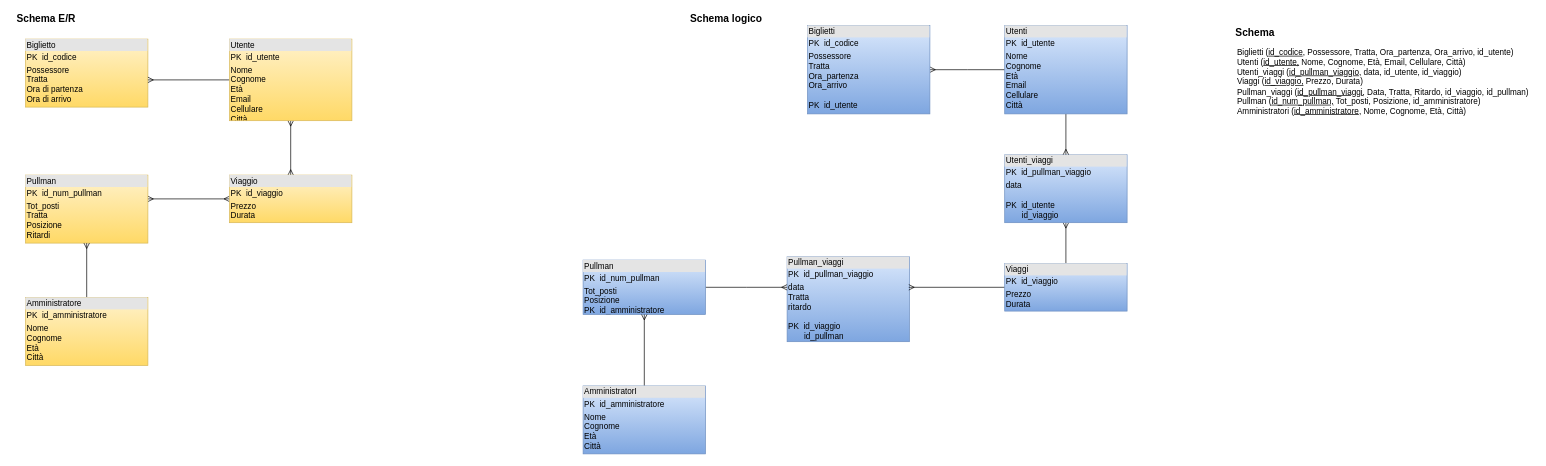
Earlier version of the draw.io diagram ER-Logico.drawio (AuroraStefanin03/Azienda-Pullman-Europei). Source tidied: cells renumbered, new cells numbered last; positions are measured from the earlier drawing's top-left corner, leaving out a move shared by most shapes. Both pictures are drawn from the tidied source at 68%, with x=0, y=0 at pixel (12, 12).
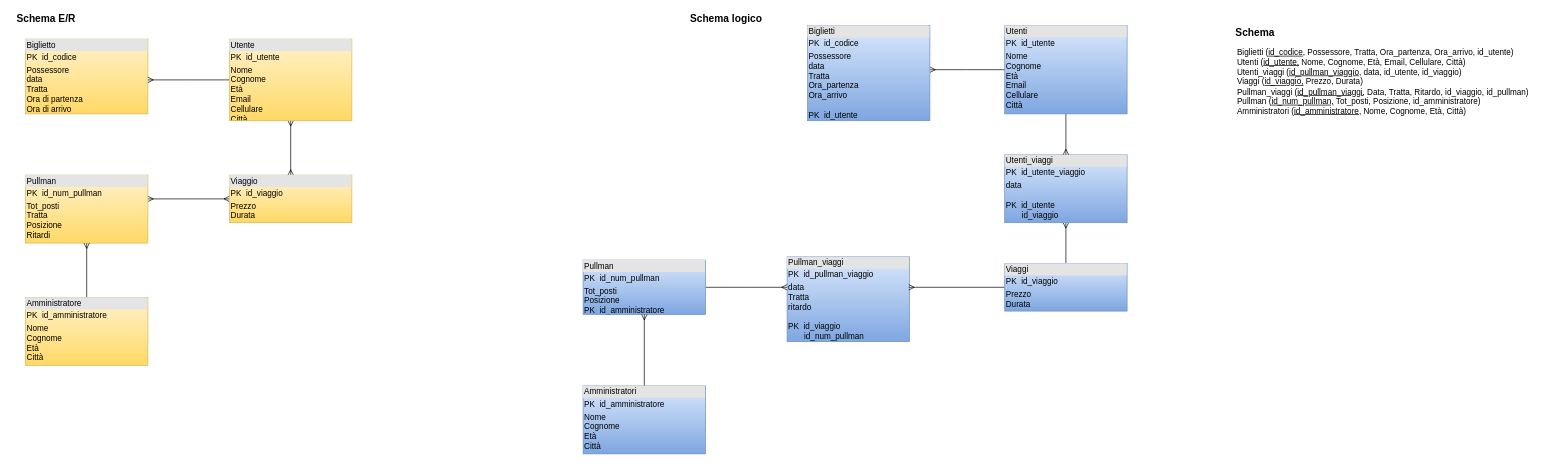
Above is the later version.

Change to the diagram source:
```diff
@@
-    <mxCell id="3" value="&lt;div style=&quot;box-sizing: border-box ; width: 100% ; background: #e4e4e4 ; padding: 2px&quot;&gt;Biglietto&lt;/div&gt;&lt;table style=&quot;width: 100% ; font-size: 1em&quot; cellpadding=&quot;2&quot; cellspacing=&quot;0&quot;&gt;&lt;tbody&gt;&lt;tr&gt;&lt;td&gt;PK&amp;nbsp; id_codice&lt;/td&gt;&lt;td&gt;&lt;/td&gt;&lt;/tr&gt;&lt;tr&gt;&lt;td&gt;Possessore&lt;br&gt;Tratta&lt;br&gt;Ora di partenza&lt;br&gt;Ora di arrivo&lt;/td&gt;&lt;td&gt;&lt;/td&gt;&lt;/tr&gt;&lt;/tbody&gt;&lt;/table&gt;" style="verticalAlign=top;align=left;overflow=fill;html=1;strokeColor=#d6b656;fillColor=#fff2cc;gradientColor=#ffd966;" parent="1" vertex="1">
-      <mxGeometry x="20" y="40" width="180" height="100" as="geometry" />
+    <mxCell id="3" value="&lt;div style=&quot;box-sizing: border-box ; width: 100% ; background: #e4e4e4 ; padding: 2px&quot;&gt;Biglietto&lt;/div&gt;&lt;table style=&quot;width: 100% ; font-size: 1em&quot; cellpadding=&quot;2&quot; cellspacing=&quot;0&quot;&gt;&lt;tbody&gt;&lt;tr&gt;&lt;td&gt;PK&amp;nbsp; id_codice&lt;/td&gt;&lt;td&gt;&lt;/td&gt;&lt;/tr&gt;&lt;tr&gt;&lt;td&gt;Possessore&lt;br&gt;data&lt;br&gt;Tratta&lt;br&gt;Ora di partenza&lt;br&gt;Ora di arrivo&lt;br&gt;&lt;/td&gt;&lt;td&gt;&lt;/td&gt;&lt;/tr&gt;&lt;/tbody&gt;&lt;/table&gt;" style="verticalAlign=top;align=left;overflow=fill;html=1;strokeColor=#d6b656;fillColor=#fff2cc;gradientColor=#ffd966;" parent="1" vertex="1">
+      <mxGeometry x="20" y="40" width="180" height="110" as="geometry" />
     </mxCell>
-    <mxCell id="4" value="&lt;div style=&quot;box-sizing: border-box ; width: 100% ; background: #e4e4e4 ; padding: 2px&quot;&gt;Pullman_viaggi&lt;/div&gt;&lt;table style=&quot;width: 100% ; font-size: 1em&quot; cellpadding=&quot;2&quot; cellspacing=&quot;0&quot;&gt;&lt;tbody&gt;&lt;tr&gt;&lt;td&gt;PK&amp;nbsp; id_pullman_viaggio&lt;/td&gt;&lt;td&gt;&lt;/td&gt;&lt;/tr&gt;&lt;tr&gt;&lt;td&gt;data&lt;br&gt;Tratta&lt;br&gt;ritardo&lt;br&gt;&lt;br&gt;PK&amp;nbsp; id_viaggio&lt;br&gt;&amp;nbsp; &amp;nbsp; &amp;nbsp; &amp;nbsp;id_pullman&lt;br&gt;&lt;br&gt;&lt;/td&gt;&lt;td&gt;&lt;/td&gt;&lt;/tr&gt;&lt;/tbody&gt;&lt;/table&gt;" style="verticalAlign=top;align=left;overflow=fill;html=1;gradientColor=#7ea6e0;fillColor=#dae8fc;strokeColor=#6c8ebf;" parent="1" vertex="1">
+    <mxCell id="4" value="&lt;div style=&quot;box-sizing: border-box ; width: 100% ; background: #e4e4e4 ; padding: 2px&quot;&gt;Pullman_viaggi&lt;/div&gt;&lt;table style=&quot;width: 100% ; font-size: 1em&quot; cellpadding=&quot;2&quot; cellspacing=&quot;0&quot;&gt;&lt;tbody&gt;&lt;tr&gt;&lt;td&gt;PK&amp;nbsp; id_pullman_viaggio&lt;/td&gt;&lt;td&gt;&lt;/td&gt;&lt;/tr&gt;&lt;tr&gt;&lt;td&gt;data&lt;br&gt;Tratta&lt;br&gt;ritardo&lt;br&gt;&lt;br&gt;PK&amp;nbsp; id_viaggio&lt;br&gt;&amp;nbsp; &amp;nbsp; &amp;nbsp; &amp;nbsp;id_num_pullman&lt;br&gt;&lt;br&gt;&lt;/td&gt;&lt;td&gt;&lt;/td&gt;&lt;/tr&gt;&lt;/tbody&gt;&lt;/table&gt;" style="verticalAlign=top;align=left;overflow=fill;html=1;gradientColor=#7ea6e0;fillColor=#dae8fc;strokeColor=#6c8ebf;" parent="1" vertex="1">
       <mxGeometry x="1140" y="360" width="180" height="125" as="geometry" />
     </mxCell>
@@
-    <mxCell id="18" value="&lt;div style=&quot;box-sizing: border-box ; width: 100% ; background: #e4e4e4 ; padding: 2px&quot;&gt;Utenti_viaggi&lt;/div&gt;&lt;table style=&quot;width: 100% ; font-size: 1em&quot; cellpadding=&quot;2&quot; cellspacing=&quot;0&quot;&gt;&lt;tbody&gt;&lt;tr&gt;&lt;td&gt;PK&amp;nbsp; id_pullman_viaggio&lt;/td&gt;&lt;td&gt;&lt;/td&gt;&lt;/tr&gt;&lt;tr&gt;&lt;td&gt;data&lt;br&gt;&lt;br&gt;PK&amp;nbsp; id_utente&lt;br&gt;&amp;nbsp; &amp;nbsp; &amp;nbsp; &amp;nbsp;id_viaggio&lt;br&gt;&lt;br&gt;&lt;/td&gt;&lt;td&gt;&lt;/td&gt;&lt;/tr&gt;&lt;/tbody&gt;&lt;/table&gt;" style="verticalAlign=top;align=left;overflow=fill;html=1;gradientColor=#7ea6e0;fillColor=#dae8fc;strokeColor=#6c8ebf;" parent="1" vertex="1">
+    <mxCell id="18" value="&lt;div style=&quot;box-sizing: border-box ; width: 100% ; background: #e4e4e4 ; padding: 2px&quot;&gt;Utenti_viaggi&lt;/div&gt;&lt;table style=&quot;width: 100% ; font-size: 1em&quot; cellpadding=&quot;2&quot; cellspacing=&quot;0&quot;&gt;&lt;tbody&gt;&lt;tr&gt;&lt;td&gt;PK&amp;nbsp; id_utente_viaggio&lt;/td&gt;&lt;td&gt;&lt;/td&gt;&lt;/tr&gt;&lt;tr&gt;&lt;td&gt;data&lt;br&gt;&lt;br&gt;PK&amp;nbsp; id_utente&lt;br&gt;&amp;nbsp; &amp;nbsp; &amp;nbsp; &amp;nbsp;id_viaggio&lt;br&gt;&lt;br&gt;&lt;/td&gt;&lt;td&gt;&lt;/td&gt;&lt;/tr&gt;&lt;/tbody&gt;&lt;/table&gt;" style="verticalAlign=top;align=left;overflow=fill;html=1;gradientColor=#7ea6e0;fillColor=#dae8fc;strokeColor=#6c8ebf;" parent="1" vertex="1">
       <mxGeometry x="1460" y="210" width="180" height="100" as="geometry" />
     </mxCell>
@@
-    <mxCell id="22" value="&lt;div style=&quot;box-sizing: border-box ; width: 100% ; background: #e4e4e4 ; padding: 2px&quot;&gt;Biglietti&lt;/div&gt;&lt;table style=&quot;width: 100% ; font-size: 1em&quot; cellpadding=&quot;2&quot; cellspacing=&quot;0&quot;&gt;&lt;tbody&gt;&lt;tr&gt;&lt;td&gt;PK&amp;nbsp; id_codice&lt;/td&gt;&lt;td&gt;&lt;/td&gt;&lt;/tr&gt;&lt;tr&gt;&lt;td&gt;Possessore&lt;br&gt;Tratta&lt;br&gt;Ora_partenza&lt;br&gt;Ora_arrivo&lt;br&gt;&lt;br&gt;PK&amp;nbsp; id_utente&lt;/td&gt;&lt;td&gt;&lt;/td&gt;&lt;/tr&gt;&lt;/tbody&gt;&lt;/table&gt;" style="verticalAlign=top;align=left;overflow=fill;html=1;gradientColor=#7ea6e0;fillColor=#dae8fc;strokeColor=#6c8ebf;" parent="1" vertex="1">
-      <mxGeometry x="1170" y="20" width="180" height="130" as="geometry" />
+    <mxCell id="22" value="&lt;div style=&quot;box-sizing: border-box ; width: 100% ; background: #e4e4e4 ; padding: 2px&quot;&gt;Biglietti&lt;/div&gt;&lt;table style=&quot;width: 100% ; font-size: 1em&quot; cellpadding=&quot;2&quot; cellspacing=&quot;0&quot;&gt;&lt;tbody&gt;&lt;tr&gt;&lt;td&gt;PK&amp;nbsp; id_codice&lt;/td&gt;&lt;td&gt;&lt;/td&gt;&lt;/tr&gt;&lt;tr&gt;&lt;td&gt;Possessore&lt;br&gt;data&lt;br&gt;Tratta&lt;br&gt;Ora_partenza&lt;br&gt;Ora_arrivo&lt;br&gt;&lt;br&gt;PK&amp;nbsp; id_utente&lt;/td&gt;&lt;td&gt;&lt;/td&gt;&lt;/tr&gt;&lt;/tbody&gt;&lt;/table&gt;" style="verticalAlign=top;align=left;overflow=fill;html=1;gradientColor=#7ea6e0;fillColor=#dae8fc;strokeColor=#6c8ebf;" parent="1" vertex="1">
+      <mxGeometry x="1170" y="20" width="180" height="140" as="geometry" />
     </mxCell>
@@
-    <mxCell id="24" value="&lt;div style=&quot;box-sizing: border-box ; width: 100% ; background: #e4e4e4 ; padding: 2px&quot;&gt;AmministratorI&lt;/div&gt;&lt;table style=&quot;width: 100% ; font-size: 1em&quot; cellpadding=&quot;2&quot; cellspacing=&quot;0&quot;&gt;&lt;tbody&gt;&lt;tr&gt;&lt;td&gt;PK&amp;nbsp; id_amministratore&lt;/td&gt;&lt;td&gt;&lt;/td&gt;&lt;/tr&gt;&lt;tr&gt;&lt;td&gt;Nome&lt;br&gt;Cognome&lt;br&gt;Età&lt;br&gt;Città&lt;/td&gt;&lt;td&gt;&lt;/td&gt;&lt;/tr&gt;&lt;/tbody&gt;&lt;/table&gt;" style="verticalAlign=top;align=left;overflow=fill;html=1;gradientColor=#7ea6e0;fillColor=#dae8fc;strokeColor=#6c8ebf;" parent="1" vertex="1">
+    <mxCell id="24" value="&lt;div style=&quot;box-sizing: border-box ; width: 100% ; background: #e4e4e4 ; padding: 2px&quot;&gt;Amministratori&lt;/div&gt;&lt;table style=&quot;width: 100% ; font-size: 1em&quot; cellpadding=&quot;2&quot; cellspacing=&quot;0&quot;&gt;&lt;tbody&gt;&lt;tr&gt;&lt;td&gt;PK&amp;nbsp; id_amministratore&lt;/td&gt;&lt;td&gt;&lt;/td&gt;&lt;/tr&gt;&lt;tr&gt;&lt;td&gt;Nome&lt;br&gt;Cognome&lt;br&gt;Età&lt;br&gt;Città&lt;/td&gt;&lt;td&gt;&lt;/td&gt;&lt;/tr&gt;&lt;/tbody&gt;&lt;/table&gt;" style="verticalAlign=top;align=left;overflow=fill;html=1;gradientColor=#7ea6e0;fillColor=#dae8fc;strokeColor=#6c8ebf;" parent="1" vertex="1">
       <mxGeometry x="840" y="550" width="180" height="100" as="geometry" />
     </mxCell>
```
